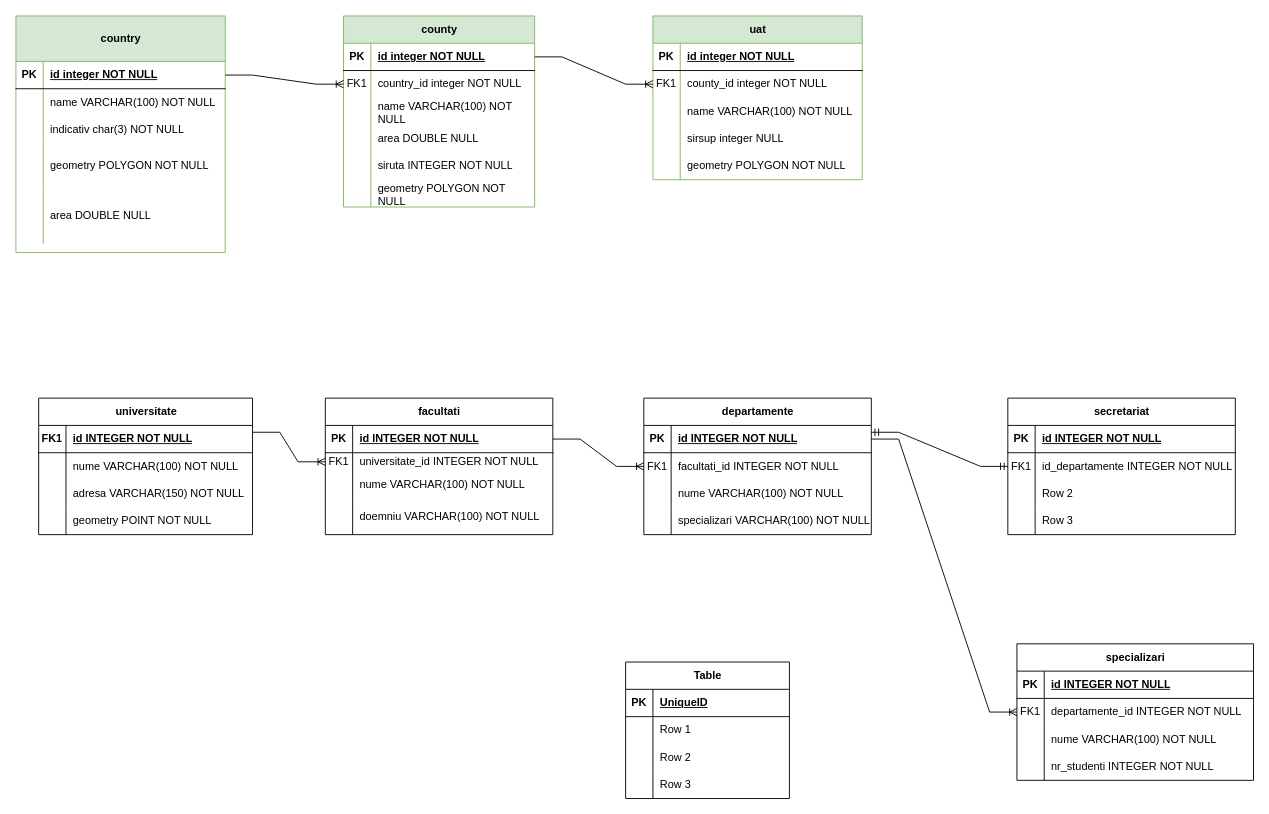
Before: Untitled Diagram.drawio in vitorjurj/modelare_db, a draw.io diagram. Source tidied: cells renumbered, new cells numbered last; positions are measured from the earlier drawing's top-left corner, leaving out a move shared by most shapes. Both pictures are drawn from the tidied source at 91%, with x=0, y=0 at pixel (15, 15).
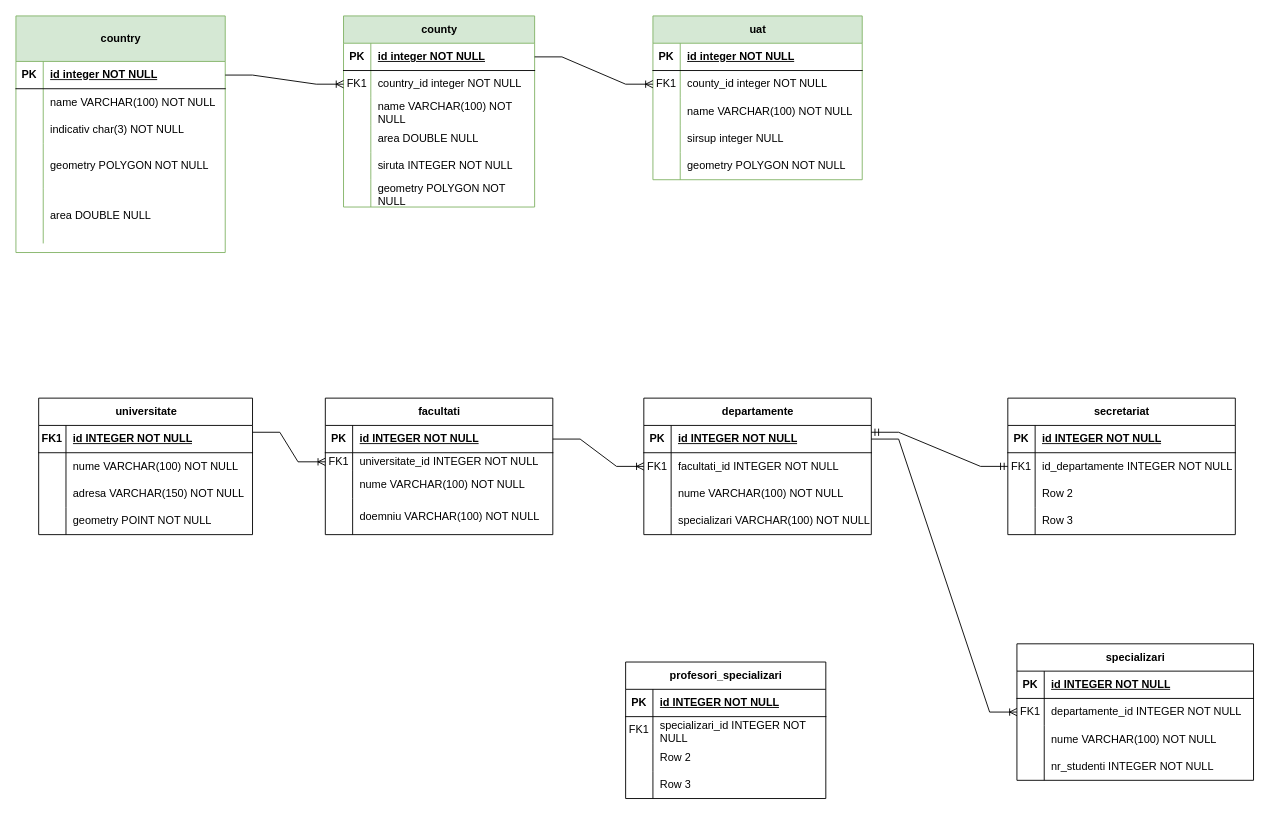
The same diagram, later.

The edit, as a diff of the source:
```diff
@@
-    <mxCell id="124" value="Table" style="shape=table;startSize=30;childLayout=tableLayout;rowLines=0;fontStyle=1;align=center;html=1;" parent="1" vertex="1">
-      <mxGeometry x="670" y="710" width="180" height="150" as="geometry" />
+    <mxCell id="124" value="profesori_specializari" style="shape=table;startSize=30;childLayout=tableLayout;rowLines=0;fontStyle=1;align=center;html=1;" parent="1" vertex="1">
+      <mxGeometry x="670" y="710" width="220" height="150" as="geometry" />
     </mxCell>
     <mxCell id="125" style="shape=tableRow;horizontal=0;startSize=0;swimlaneHead=0;swimlaneBody=0;fillColor=none;top=0;left=0;right=0;bottom=1;" parent="124" vertex="1">
-      <mxGeometry y="30" width="180" height="30" as="geometry" />
+      <mxGeometry y="30" width="220" height="30" as="geometry" />
     </mxCell>
@@
-    <mxCell id="127" value="UniqueID" style="shape=partialRectangle;fillColor=none;top=0;left=0;bottom=0;right=0;align=left;spacingLeft=6;fontStyle=5;overflow=hidden;whiteSpace=wrap;html=1;" parent="125" vertex="1">
-      <mxGeometry x="30" width="150" height="30" as="geometry" />
+    <mxCell id="127" value="id INTEGER NOT NULL" style="shape=partialRectangle;fillColor=none;top=0;left=0;bottom=0;right=0;align=left;spacingLeft=6;fontStyle=5;overflow=hidden;whiteSpace=wrap;html=1;" parent="125" vertex="1">
+      <mxGeometry x="30" width="190" height="30" as="geometry" />
     </mxCell>
     <mxCell id="128" style="shape=tableRow;horizontal=0;startSize=0;swimlaneHead=0;swimlaneBody=0;fillColor=none;top=0;left=0;right=0;bottom=0;" parent="124" vertex="1">
-      <mxGeometry y="60" width="180" height="30" as="geometry" />
+      <mxGeometry y="60" width="220" height="30" as="geometry" />
     </mxCell>
-    <mxCell id="129" style="shape=partialRectangle;fillColor=none;top=0;left=0;bottom=0;right=0;overflow=hidden;whiteSpace=wrap;html=1;" parent="128" vertex="1">
+    <mxCell id="129" value="FK1" style="shape=partialRectangle;fillColor=none;top=0;left=0;bottom=0;right=0;overflow=hidden;whiteSpace=wrap;html=1;" parent="128" vertex="1">
       <mxGeometry width="30" height="30" as="geometry" />
     </mxCell>
-    <mxCell id="130" value="Row 1" style="shape=partialRectangle;fillColor=none;top=0;left=0;bottom=0;right=0;align=left;spacingLeft=6;overflow=hidden;whiteSpace=wrap;html=1;" parent="128" vertex="1">
-      <mxGeometry x="30" width="150" height="30" as="geometry" />
+    <mxCell id="130" value="specializari_id INTEGER NOT NULL" style="shape=partialRectangle;fillColor=none;top=0;left=0;bottom=0;right=0;align=left;spacingLeft=6;overflow=hidden;whiteSpace=wrap;html=1;" parent="128" vertex="1">
+      <mxGeometry x="30" width="190" height="30" as="geometry" />
     </mxCell>
     <mxCell id="131" style="shape=tableRow;horizontal=0;startSize=0;swimlaneHead=0;swimlaneBody=0;fillColor=none;top=0;left=0;right=0;bottom=0;" parent="124" vertex="1">
-      <mxGeometry y="90" width="180" height="30" as="geometry" />
+      <mxGeometry y="90" width="220" height="30" as="geometry" />
     </mxCell>
@@
     <mxCell id="133" value="Row 2" style="shape=partialRectangle;fillColor=none;top=0;left=0;bottom=0;right=0;align=left;spacingLeft=6;overflow=hidden;whiteSpace=wrap;html=1;" parent="131" vertex="1">
-      <mxGeometry x="30" width="150" height="30" as="geometry" />
+      <mxGeometry x="30" width="190" height="30" as="geometry" />
     </mxCell>
     <mxCell id="134" style="shape=tableRow;horizontal=0;startSize=0;swimlaneHead=0;swimlaneBody=0;fillColor=none;top=0;left=0;right=0;bottom=0;" parent="124" vertex="1">
-      <mxGeometry y="120" width="180" height="30" as="geometry" />
+      <mxGeometry y="120" width="220" height="30" as="geometry" />
     </mxCell>
@@
     <mxCell id="136" value="Row 3" style="shape=partialRectangle;fillColor=none;top=0;left=0;bottom=0;right=0;align=left;spacingLeft=6;overflow=hidden;whiteSpace=wrap;html=1;" parent="134" vertex="1">
-      <mxGeometry x="30" width="150" height="30" as="geometry" />
+      <mxGeometry x="30" width="190" height="30" as="geometry" />
     </mxCell>
```
